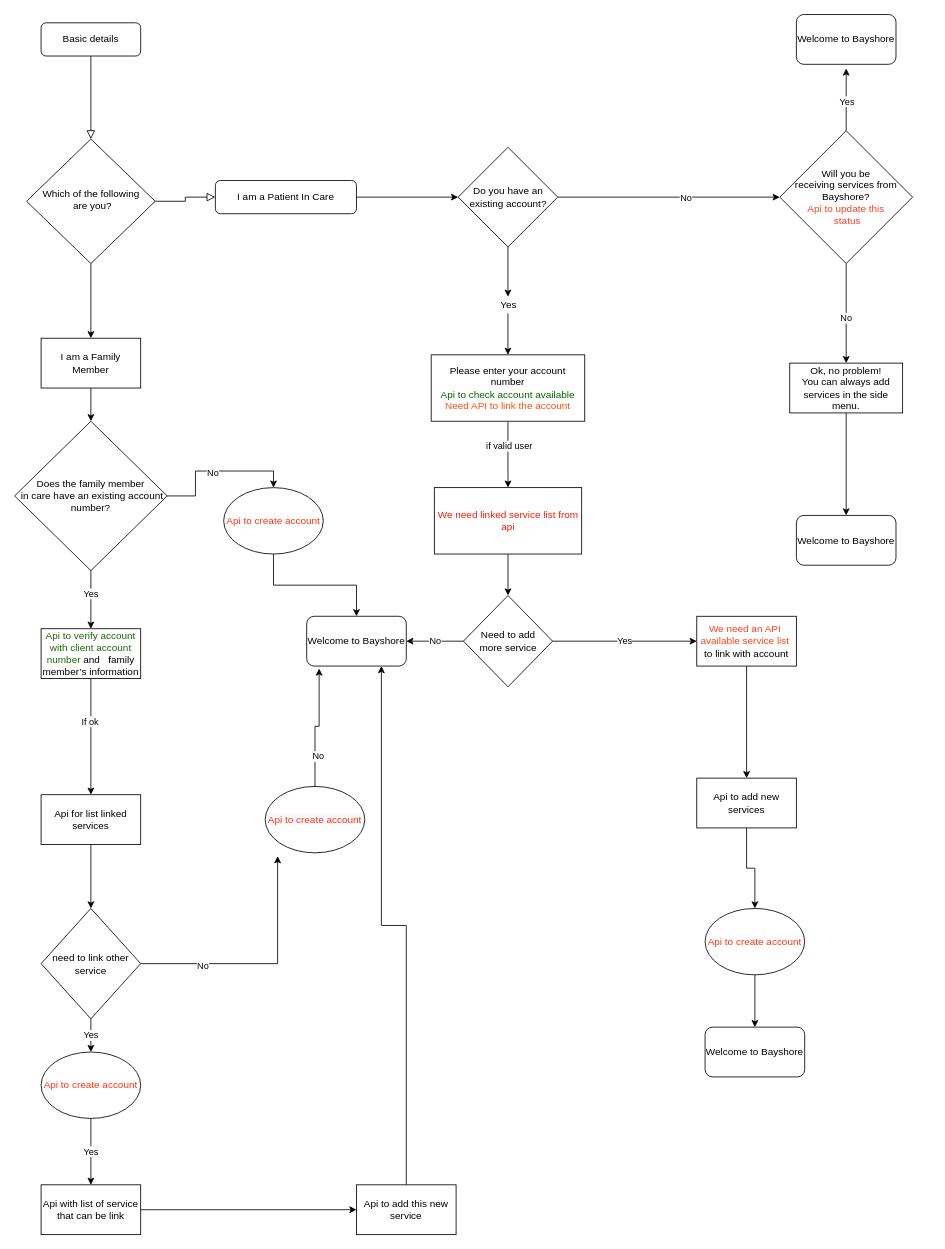
This is Untitled Diagram.drawio from FlutterEngineer/flutter_amplify, a draw.io file, before an edit. Source tidied: cells renumbered, new cells numbered last; positions are measured from the earlier drawing's top-left corner, leaving out a move shared by most shapes. Both pictures are drawn from the tidied source at 83%, with x=0, y=0 at pixel (14, 14).
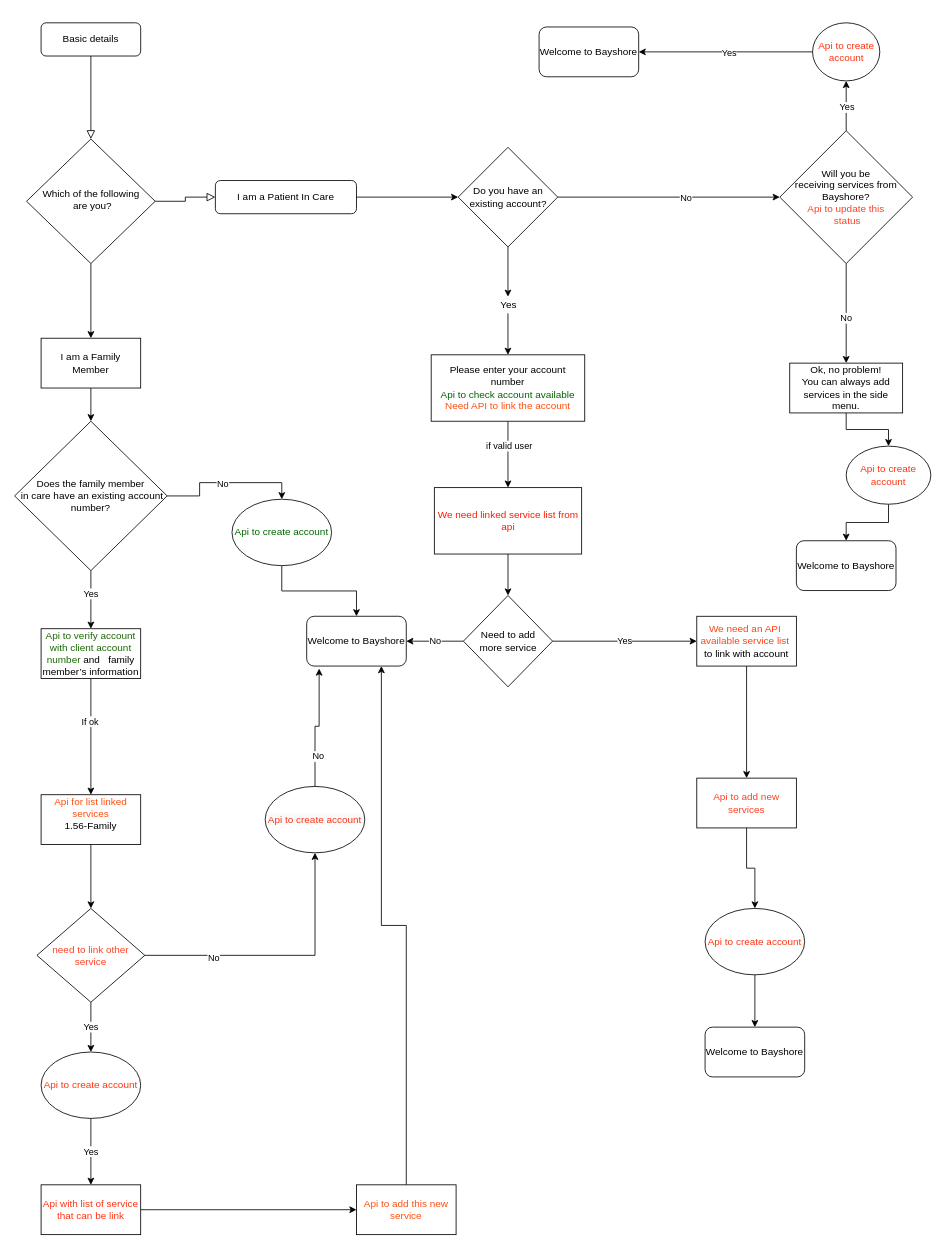
The same page after the edit.

Unchanged cells that the change refers to:
```xml
<mxCell id="16" value="Will you be &lt;br&gt;receiving services from &lt;br&gt;Bayshore?&lt;br&gt;&lt;font color=&quot;#ff4124&quot;&gt;Api to update this&lt;br&gt;&amp;nbsp;status&lt;/font&gt;" style="rhombus;whiteSpace=wrap;html=1;" parent="1" vertex="1">
  <mxGeometry x="922" y="140" width="160" height="160" as="geometry" />
</mxCell>
<mxCell id="25" value="Ok, no problem!&lt;br&gt;You can always add services in the side menu." style="rounded=0;whiteSpace=wrap;html=1;" parent="1" vertex="1">
  <mxGeometry x="934" y="420" width="136" height="60" as="geometry" />
</mxCell>
<mxCell id="60" value="&lt;span style=&quot;color: rgb(255, 52, 20); font-family: helvetica; font-size: 12px; font-style: normal; font-weight: 400; letter-spacing: normal; text-align: center; text-indent: 0px; text-transform: none; word-spacing: 0px; background-color: rgb(248, 249, 250); display: inline; float: none;&quot;&gt;Api to create account&lt;/span&gt;" style="ellipse;whiteSpace=wrap;html=1;" parent="1" vertex="1">
  <mxGeometry x="302" y="930" width="120" height="80" as="geometry" />
</mxCell>
```

Change to the diagram source:
```diff
@@
     <mxCell id="19" value="Welcome to Bayshore" style="rounded=1;whiteSpace=wrap;html=1;" parent="1" vertex="1">
-      <mxGeometry x="942" width="120" height="60" as="geometry" />
+      <mxGeometry x="632" y="15" width="120" height="60" as="geometry" />
     </mxCell>
-    <mxCell id="20" style="endArrow=classic;html=1;exitX=0.5;exitY=0;exitDx=0;exitDy=0;" parent="1" edge="1" source="16">
-      <mxGeometry relative="1" as="geometry">
-        <mxPoint x="1002" y="65" as="targetPoint" />
-      </mxGeometry>
+    <mxCell id="20" style="endArrow=classic;html=1;exitX=0;exitY=0.5;exitDx=0;exitDy=0;entryX=1;entryY=0.5;entryDx=0;entryDy=0;" parent="1" edge="1" source="69" target="19">
+      <mxGeometry relative="1" as="geometry" />
     </mxCell>
@@
-    <mxCell id="24" style="edgeStyle=orthogonalEdgeStyle;rounded=0;jettySize=auto;html=1;" parent="1" edge="1" source="25" target="55">
+    <mxCell id="24" style="edgeStyle=orthogonalEdgeStyle;rounded=0;jettySize=auto;html=1;" parent="1" edge="1" source="67" target="55">
       <mxGeometry relative="1" as="geometry" />
     </mxCell>
@@
-    <mxCell id="34" value="Api to add new services" style="rounded=0;whiteSpace=wrap;html=1;" parent="1" vertex="1">
+    <mxCell id="34" value="&lt;font color=&quot;#ff4124&quot;&gt;Api to add new services&lt;/font&gt;" style="rounded=0;whiteSpace=wrap;html=1;" parent="1" vertex="1">
       <mxGeometry x="822" y="920" width="120" height="60" as="geometry" />
     </mxCell>
@@
-    <mxCell id="46" value="Api for list linked services" style="rounded=0;whiteSpace=wrap;html=1;" parent="1" vertex="1">
+    <mxCell id="46" value="&lt;font color=&quot;#ff4f0f&quot;&gt;Api for list linked services&lt;br&gt;&lt;/font&gt;&lt;div&gt;1.56-Family&lt;/div&gt;&lt;div&gt;&lt;br&gt;&lt;/div&gt;" style="rounded=0;whiteSpace=wrap;html=1;" parent="1" vertex="1">
       <mxGeometry x="32" y="940" width="120" height="60" as="geometry" />
     </mxCell>
@@
-    <mxCell id="50" value="need to link other service" style="rhombus;whiteSpace=wrap;html=1;" parent="1" vertex="1">
-      <mxGeometry x="32" y="1077" width="120" height="133" as="geometry" />
+    <mxCell id="50" value="&lt;font color=&quot;#ff4124&quot;&gt;need to link other service&lt;/font&gt;" style="rhombus;whiteSpace=wrap;html=1;" parent="1" vertex="1">
+      <mxGeometry x="27" y="1077" width="130" height="113" as="geometry" />
     </mxCell>
@@
-    <mxCell id="52" value="Api with list of service that can be link" style="rounded=0;whiteSpace=wrap;html=1;" parent="1" vertex="1">
+    <mxCell id="52" value="&lt;font color=&quot;#ff3414&quot;&gt;Api with list of service that can be link&lt;/font&gt;" style="rounded=0;whiteSpace=wrap;html=1;" parent="1" vertex="1">
       <mxGeometry x="32" y="1410" width="120" height="60" as="geometry" />
     </mxCell>
@@
-    <mxCell id="54" value="Api to add this new service" style="rounded=0;whiteSpace=wrap;html=1;" parent="1" vertex="1">
+    <mxCell id="54" value="&lt;font color=&quot;#ff4f0f&quot;&gt;Api to add this new service&lt;/font&gt;" style="rounded=0;whiteSpace=wrap;html=1;" parent="1" vertex="1">
       <mxGeometry x="412" y="1410" width="120" height="60" as="geometry" />
     </mxCell>
     <mxCell id="55" value="Welcome to Bayshore" style="rounded=1;whiteSpace=wrap;html=1;" parent="1" vertex="1">
-      <mxGeometry x="942" y="603.5" width="120" height="60" as="geometry" />
+      <mxGeometry x="942" y="634" width="120" height="60" as="geometry" />
     </mxCell>
@@
-    <mxCell id="57" value="&lt;font color=&quot;#ff3414&quot;&gt;Api to create account&lt;/font&gt;" style="ellipse;whiteSpace=wrap;html=1;" parent="1" vertex="1">
-      <mxGeometry x="252" y="570" width="120" height="80" as="geometry" />
+    <mxCell id="57" value="&lt;font color=&quot;#006600&quot;&gt;Api to create account&lt;/font&gt;" style="ellipse;whiteSpace=wrap;html=1;" parent="1" vertex="1">
+      <mxGeometry x="262" y="584" width="120" height="80" as="geometry" />
     </mxCell>
@@
-    <mxCell id="61" style="edgeStyle=orthogonalEdgeStyle;rounded=0;jettySize=auto;html=1;entryX=0.125;entryY=1.05;entryDx=0;entryDy=0;entryPerimeter=0;" parent="1" edge="1" source="50" target="60">
+    <mxCell id="61" style="edgeStyle=orthogonalEdgeStyle;rounded=0;jettySize=auto;html=1;entryX=0.5;entryY=1;entryDx=0;entryDy=0;" parent="1" edge="1" source="50" target="60">
       <mxGeometry relative="1" as="geometry" />
     </mxCell>
@@
+    <mxCell id="67" value="&lt;font color=&quot;#ff3414&quot;&gt;Api to create account&lt;/font&gt;" style="ellipse;whiteSpace=wrap;html=1;" parent="1" vertex="1">
+      <mxGeometry x="1002" y="520" width="102" height="70" as="geometry" />
+    </mxCell>
+    <mxCell id="68" style="edgeStyle=orthogonalEdgeStyle;rounded=0;jettySize=auto;html=1;" parent="1" edge="1" source="25" target="67">
+      <mxGeometry relative="1" as="geometry" />
+    </mxCell>
+    <mxCell id="69" value="&lt;font color=&quot;#ff3414&quot;&gt;Api to create account&lt;/font&gt;" style="ellipse;whiteSpace=wrap;html=1;" parent="1" vertex="1">
+      <mxGeometry x="961.5" y="10" width="81" height="70" as="geometry" />
+    </mxCell>
+    <mxCell id="70" style="endArrow=classic;html=1;exitX=0.5;exitY=0;exitDx=0;exitDy=0;entryX=0.5;entryY=1;entryDx=0;entryDy=0;" parent="1" edge="1" source="16" target="69">
+      <mxGeometry relative="1" as="geometry" />
+    </mxCell>
+    <mxCell id="71" value="Yes" style="edgeLabel;html=1;align=center;verticalAlign=middle;" parent="70" vertex="1">
+      <mxGeometry x="-0.04" relative="1" as="geometry" />
+    </mxCell>
```
